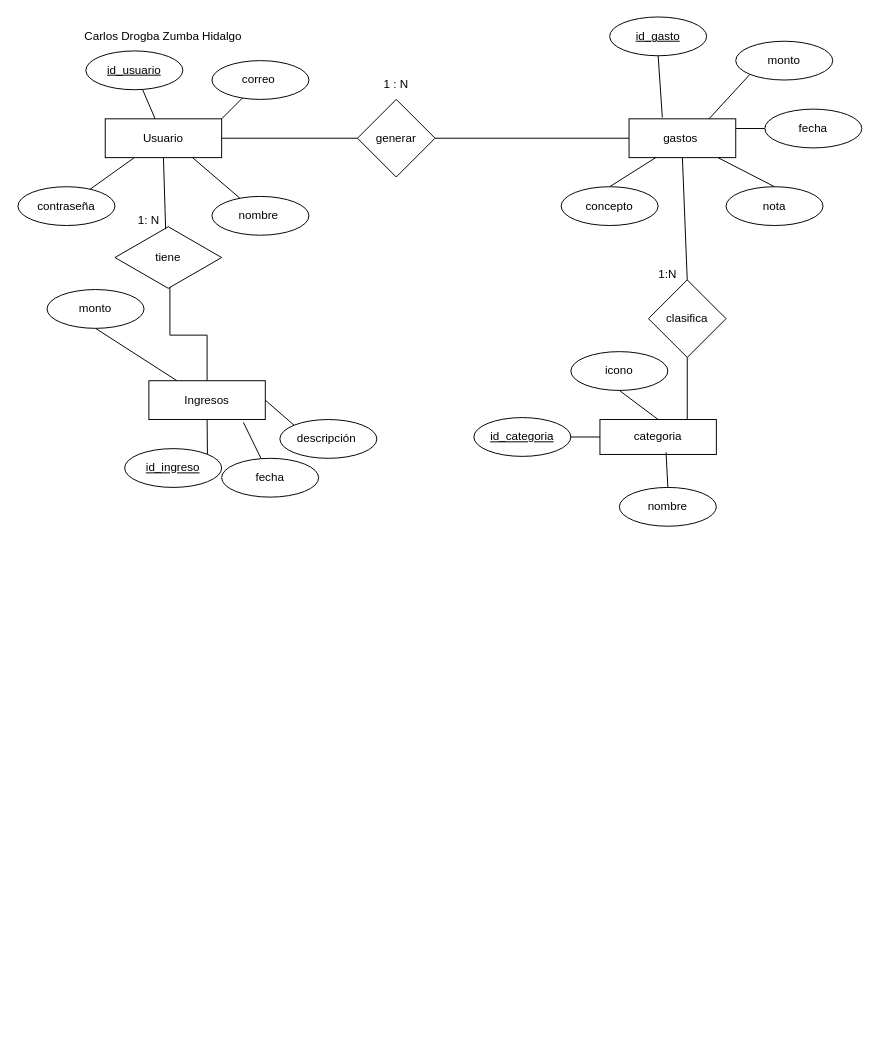
CarlosZumba16/Base-de-Datos-Unidad-1 keeps this draw.io diagram as Proyecto de unidad 1.drawio. Above is the earlier version. Source tidied: cells renumbered, new cells numbered last; positions are measured from the earlier drawing's top-left corner, leaving out a move shared by most shapes. Both pictures are drawn from the tidied source at 97%, with x=0, y=0 at pixel (17, 16).
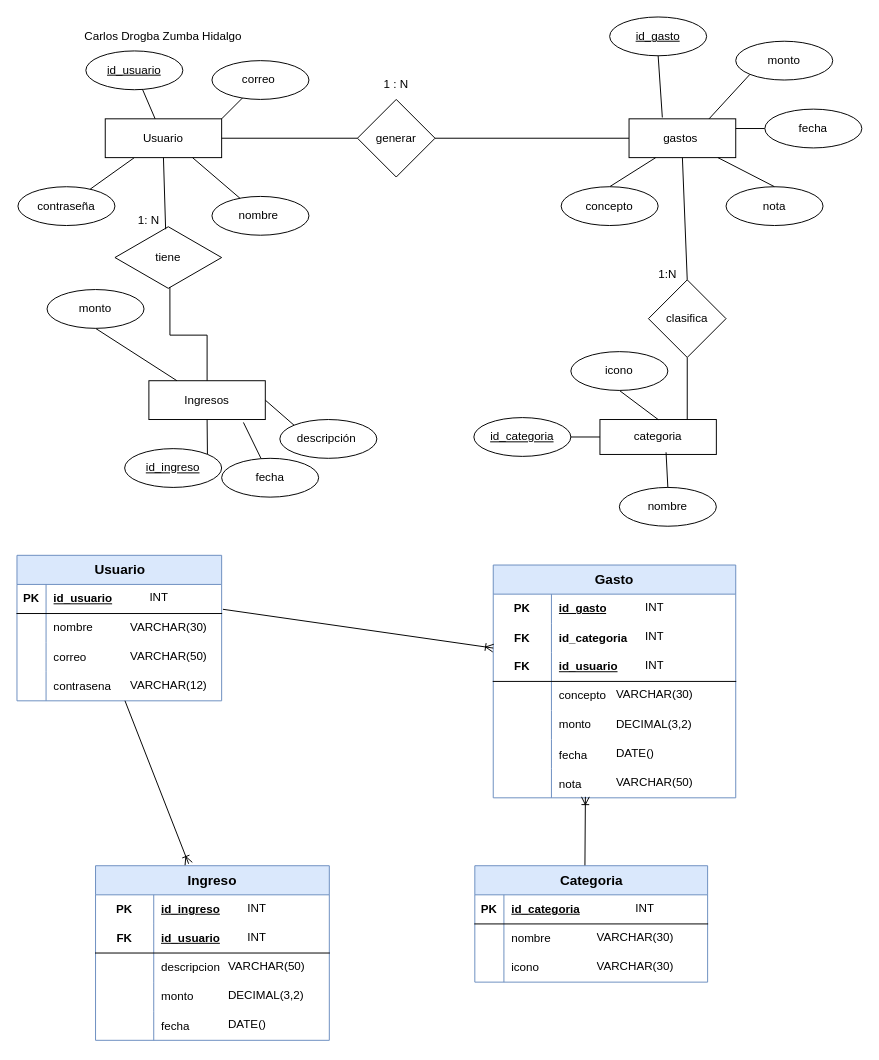
Above is the later version.

Change to the diagram source:
```diff
@@
+    <mxCell id="51" value="&lt;font style=&quot;font-size: 14px;&quot;&gt;Usuario&lt;/font&gt;" style="shape=table;startSize=30;childLayout=tableLayout;rowLines=0;fontStyle=1;align=center;html=1;fillColor=#dae8fc;strokeColor=#6c8ebf;" parent="1" vertex="1">
+      <mxGeometry x="-1" y="555" width="211" height="150" as="geometry" />
+    </mxCell>
+    <mxCell id="52" style="shape=tableRow;horizontal=0;startSize=0;swimlaneHead=0;swimlaneBody=0;fillColor=none;points=[[0,0.5],[1,0.5]];portConstraint=eastwest;top=0;left=0;right=0;bottom=1;" parent="51" vertex="1">
+      <mxGeometry y="30" width="211" height="30" as="geometry" />
+    </mxCell>
+    <mxCell id="53" value="PK" style="shape=partialRectangle;fillColor=none;top=0;left=0;bottom=0;right=0;fontStyle=1;overflow=hidden;whiteSpace=wrap;html=1;" parent="52" vertex="1">
+      <mxGeometry width="30" height="30" as="geometry" />
+    </mxCell>
+    <mxCell id="54" value="id_usuario" style="shape=partialRectangle;fillColor=none;top=0;left=0;bottom=0;right=0;align=left;spacingLeft=6;fontStyle=5;overflow=hidden;whiteSpace=wrap;html=1;strokeColor=inherit;" parent="52" vertex="1">
+      <mxGeometry x="30" width="181" height="30" as="geometry" />
+    </mxCell>
+    <mxCell id="55" style="shape=tableRow;horizontal=0;startSize=0;swimlaneHead=0;swimlaneBody=0;fillColor=none;top=0;left=0;right=0;bottom=0;" parent="51" vertex="1">
+      <mxGeometry y="60" width="211" height="30" as="geometry" />
+    </mxCell>
+    <mxCell id="56" style="shape=partialRectangle;fillColor=none;top=0;left=0;bottom=0;right=0;overflow=hidden;whiteSpace=wrap;html=1;" parent="55" vertex="1">
+      <mxGeometry width="30" height="30" as="geometry" />
+    </mxCell>
+    <mxCell id="57" value="nombre&amp;nbsp; &amp;nbsp; &amp;nbsp; &amp;nbsp; &amp;nbsp;&amp;nbsp;" style="shape=partialRectangle;fillColor=none;top=0;left=0;bottom=0;right=0;align=left;spacingLeft=6;overflow=hidden;whiteSpace=wrap;html=1;" parent="55" vertex="1">
+      <mxGeometry x="30" width="181" height="30" as="geometry" />
+    </mxCell>
+    <mxCell id="58" style="shape=tableRow;horizontal=0;startSize=0;swimlaneHead=0;swimlaneBody=0;fillColor=none;top=0;left=0;right=0;bottom=0;" parent="51" vertex="1">
+      <mxGeometry y="90" width="211" height="30" as="geometry" />
+    </mxCell>
+    <mxCell id="59" style="shape=partialRectangle;fillColor=none;top=0;left=0;bottom=0;right=0;overflow=hidden;whiteSpace=wrap;html=1;" parent="58" vertex="1">
+      <mxGeometry width="30" height="30" as="geometry" />
+    </mxCell>
+    <mxCell id="60" value="correo&amp;nbsp; &amp;nbsp; &amp;nbsp; &amp;nbsp; &amp;nbsp; &amp;nbsp;&amp;nbsp;" style="shape=partialRectangle;fillColor=none;top=0;left=0;bottom=0;right=0;align=left;spacingLeft=6;overflow=hidden;whiteSpace=wrap;html=1;" parent="58" vertex="1">
+      <mxGeometry x="30" width="181" height="30" as="geometry" />
+    </mxCell>
+    <mxCell id="61" style="shape=tableRow;horizontal=0;startSize=0;swimlaneHead=0;swimlaneBody=0;fillColor=none;points=[[0,0.5],[1,0.5]];portConstraint=eastwest;top=0;left=0;right=0;bottom=0;" parent="51" vertex="1">
+      <mxGeometry y="120" width="211" height="30" as="geometry" />
+    </mxCell>
+    <mxCell id="62" style="shape=partialRectangle;fillColor=none;top=0;left=0;bottom=0;right=0;overflow=hidden;whiteSpace=wrap;html=1;" parent="61" vertex="1">
+      <mxGeometry width="30" height="30" as="geometry" />
+    </mxCell>
+    <mxCell id="63" value="contrasena&amp;nbsp; &amp;nbsp;&amp;nbsp;" style="shape=partialRectangle;fillColor=none;top=0;left=0;bottom=0;right=0;align=left;spacingLeft=6;overflow=hidden;whiteSpace=wrap;html=1;" parent="61" vertex="1">
+      <mxGeometry x="30" width="181" height="30" as="geometry" />
+    </mxCell>
+    <mxCell id="64" value="&lt;font style=&quot;font-size: 14px;&quot;&gt;Ingreso&lt;/font&gt;" style="shape=table;startSize=30;childLayout=tableLayout;rowLines=0;fontStyle=1;align=center;html=1;whiteSpace=wrap;fillColor=#dae8fc;strokeColor=#6c8ebf;" parent="1" vertex="1">
+      <mxGeometry x="80" y="875" width="241" height="180" as="geometry" />
+    </mxCell>
+    <mxCell id="65" style="shape=tableRow;horizontal=0;startSize=0;swimlaneHead=0;swimlaneBody=0;fillColor=none;top=0;left=0;right=0;bottom=0;html=1;" parent="64" vertex="1">
+      <mxGeometry y="30" width="241" height="30" as="geometry" />
+    </mxCell>
+    <mxCell id="66" value="PK" style="shape=partialRectangle;fillColor=none;top=0;left=0;bottom=0;right=0;fontStyle=1;overflow=hidden;html=1;whiteSpace=wrap;" parent="65" vertex="1">
+      <mxGeometry width="60" height="30" as="geometry" />
+    </mxCell>
+    <mxCell id="67" value="id_ingreso" style="shape=partialRectangle;fillColor=none;top=0;left=0;bottom=0;right=0;align=left;spacingLeft=6;fontStyle=5;overflow=hidden;html=1;whiteSpace=wrap;" parent="65" vertex="1">
+      <mxGeometry x="60" width="181" height="30" as="geometry" />
+    </mxCell>
+    <mxCell id="68" style="shape=tableRow;horizontal=0;startSize=0;swimlaneHead=0;swimlaneBody=0;fillColor=none;top=0;left=0;right=0;bottom=1;html=1;" parent="64" vertex="1">
+      <mxGeometry y="60" width="241" height="30" as="geometry" />
+    </mxCell>
+    <mxCell id="69" value="FK" style="shape=partialRectangle;fillColor=none;top=0;left=0;bottom=0;right=0;fontStyle=1;overflow=hidden;html=1;whiteSpace=wrap;" parent="68" vertex="1">
+      <mxGeometry width="60" height="30" as="geometry" />
+    </mxCell>
+    <mxCell id="70" value="id_usuario" style="shape=partialRectangle;fillColor=none;top=0;left=0;bottom=0;right=0;align=left;spacingLeft=6;fontStyle=5;overflow=hidden;html=1;whiteSpace=wrap;" parent="68" vertex="1">
+      <mxGeometry x="60" width="181" height="30" as="geometry" />
+    </mxCell>
+    <mxCell id="71" style="shape=tableRow;horizontal=0;startSize=0;swimlaneHead=0;swimlaneBody=0;fillColor=none;top=0;left=0;right=0;bottom=0;html=1;" parent="64" vertex="1">
+      <mxGeometry y="90" width="241" height="30" as="geometry" />
+    </mxCell>
+    <mxCell id="72" style="shape=partialRectangle;fillColor=none;top=0;left=0;bottom=0;right=0;overflow=hidden;html=1;whiteSpace=wrap;" parent="71" vertex="1">
+      <mxGeometry width="60" height="30" as="geometry" />
+    </mxCell>
+    <mxCell id="73" value="descripcion" style="shape=partialRectangle;fillColor=none;top=0;left=0;bottom=0;right=0;align=left;spacingLeft=6;overflow=hidden;html=1;whiteSpace=wrap;" parent="71" vertex="1">
+      <mxGeometry x="60" width="181" height="30" as="geometry" />
+    </mxCell>
+    <mxCell id="74" style="shape=tableRow;horizontal=0;startSize=0;swimlaneHead=0;swimlaneBody=0;fillColor=none;top=0;left=0;right=0;bottom=0;html=1;" parent="64" vertex="1">
+      <mxGeometry y="120" width="241" height="30" as="geometry" />
+    </mxCell>
+    <mxCell id="75" style="shape=partialRectangle;fillColor=none;top=0;left=0;bottom=0;right=0;overflow=hidden;html=1;whiteSpace=wrap;" parent="74" vertex="1">
+      <mxGeometry width="60" height="30" as="geometry" />
+    </mxCell>
+    <mxCell id="76" value="monto" style="shape=partialRectangle;fillColor=none;top=0;left=0;bottom=0;right=0;align=left;spacingLeft=6;overflow=hidden;html=1;whiteSpace=wrap;" parent="74" vertex="1">
+      <mxGeometry x="60" width="181" height="30" as="geometry" />
+    </mxCell>
+    <mxCell id="77" style="shape=tableRow;horizontal=0;startSize=0;swimlaneHead=0;swimlaneBody=0;fillColor=none;top=0;left=0;right=0;bottom=0;" parent="64" vertex="1">
+      <mxGeometry y="150" width="241" height="30" as="geometry" />
+    </mxCell>
+    <mxCell id="78" style="shape=partialRectangle;fillColor=none;top=0;left=0;bottom=0;right=0;overflow=hidden;" parent="77" vertex="1">
+      <mxGeometry width="60" height="30" as="geometry" />
+    </mxCell>
+    <mxCell id="79" value="fecha" style="shape=partialRectangle;fillColor=none;top=0;left=0;bottom=0;right=0;align=left;spacingLeft=6;overflow=hidden;" parent="77" vertex="1">
+      <mxGeometry x="60" width="181" height="30" as="geometry" />
+    </mxCell>
+    <mxCell id="80" value="INT" style="text;strokeColor=none;fillColor=none;spacingLeft=4;spacingRight=4;overflow=hidden;fontSize=12;whiteSpace=wrap;html=1;" parent="1" vertex="1">
+      <mxGeometry x="231" y="905" width="40" height="30" as="geometry" />
+    </mxCell>
+    <mxCell id="81" value="INT" style="text;strokeColor=none;fillColor=none;spacingLeft=4;spacingRight=4;overflow=hidden;fontSize=12;whiteSpace=wrap;html=1;" parent="1" vertex="1">
+      <mxGeometry x="231" y="935" width="40" height="30" as="geometry" />
+    </mxCell>
+    <mxCell id="82" value="INT" style="text;strokeColor=none;fillColor=none;spacingLeft=4;spacingRight=4;overflow=hidden;fontSize=12;whiteSpace=wrap;html=1;" parent="1" vertex="1">
+      <mxGeometry x="130" y="585" width="40" height="30" as="geometry" />
+    </mxCell>
+    <mxCell id="83" style="fontSize=12;html=1;endArrow=ERoneToMany;rounded=0;" parent="1" edge="1" source="61">
+      <mxGeometry relative="1" as="geometry">
+        <mxPoint x="176" y="873" as="targetPoint" />
+      </mxGeometry>
+    </mxCell>
+    <mxCell id="84" value="VARCHAR(30)" style="text;strokeColor=none;fillColor=none;spacingLeft=4;spacingRight=4;overflow=hidden;fontSize=12;whiteSpace=wrap;html=1;" parent="1" vertex="1">
+      <mxGeometry x="110" y="615" width="100" height="30" as="geometry" />
+    </mxCell>
+    <mxCell id="85" value="VARCHAR(50)" style="text;strokeColor=none;fillColor=none;spacingLeft=4;spacingRight=4;overflow=hidden;fontSize=12;whiteSpace=wrap;html=1;" parent="1" vertex="1">
+      <mxGeometry x="110" y="645" width="100" height="30" as="geometry" />
+    </mxCell>
+    <mxCell id="86" value="VARCHAR(12)" style="text;strokeColor=none;fillColor=none;spacingLeft=4;spacingRight=4;overflow=hidden;fontSize=12;whiteSpace=wrap;html=1;" parent="1" vertex="1">
+      <mxGeometry x="110" y="675" width="100" height="30" as="geometry" />
+    </mxCell>
+    <mxCell id="87" value="VARCHAR(50)" style="text;strokeColor=none;fillColor=none;spacingLeft=4;spacingRight=4;overflow=hidden;fontSize=12;whiteSpace=wrap;html=1;" parent="1" vertex="1">
+      <mxGeometry x="211" y="965" width="100" height="30" as="geometry" />
+    </mxCell>
+    <mxCell id="88" value="DECIMAL(3,2)" style="text;strokeColor=none;fillColor=none;spacingLeft=4;spacingRight=4;overflow=hidden;fontSize=12;whiteSpace=wrap;html=1;" parent="1" vertex="1">
+      <mxGeometry x="211" y="995" width="100" height="30" as="geometry" />
+    </mxCell>
+    <mxCell id="89" value="DATE()" style="text;strokeColor=none;fillColor=none;spacingLeft=4;spacingRight=4;overflow=hidden;fontSize=12;whiteSpace=wrap;html=1;" parent="1" vertex="1">
+      <mxGeometry x="211" y="1025" width="100" height="30" as="geometry" />
+    </mxCell>
+    <mxCell id="90" value="&lt;font style=&quot;font-size: 14px;&quot;&gt;Categoria&lt;/font&gt;" style="shape=table;startSize=30;childLayout=tableLayout;rowLines=0;fontStyle=1;align=center;html=1;fillColor=#dae8fc;strokeColor=#6c8ebf;" parent="1" vertex="1">
+      <mxGeometry x="471" y="875" width="240" height="120" as="geometry" />
+    </mxCell>
+    <mxCell id="91" style="shape=tableRow;horizontal=0;startSize=0;swimlaneHead=0;swimlaneBody=0;fillColor=none;top=0;left=0;right=0;bottom=1;" parent="90" vertex="1">
+      <mxGeometry y="30" width="240" height="30" as="geometry" />
+    </mxCell>
+    <mxCell id="92" value="PK" style="shape=partialRectangle;fillColor=none;top=0;left=0;bottom=0;right=0;fontStyle=1;overflow=hidden;whiteSpace=wrap;html=1;" parent="91" vertex="1">
+      <mxGeometry width="30" height="30" as="geometry" />
+    </mxCell>
+    <mxCell id="93" value="id_categoria" style="shape=partialRectangle;fillColor=none;top=0;left=0;bottom=0;right=0;align=left;spacingLeft=6;fontStyle=5;overflow=hidden;whiteSpace=wrap;html=1;" parent="91" vertex="1">
+      <mxGeometry x="30" width="210" height="30" as="geometry" />
+    </mxCell>
+    <mxCell id="94" style="shape=tableRow;horizontal=0;startSize=0;swimlaneHead=0;swimlaneBody=0;fillColor=none;top=0;left=0;right=0;bottom=0;" parent="90" vertex="1">
+      <mxGeometry y="60" width="240" height="30" as="geometry" />
+    </mxCell>
+    <mxCell id="95" style="shape=partialRectangle;fillColor=none;top=0;left=0;bottom=0;right=0;overflow=hidden;whiteSpace=wrap;html=1;" parent="94" vertex="1">
+      <mxGeometry width="30" height="30" as="geometry" />
+    </mxCell>
+    <mxCell id="96" value="nombre" style="shape=partialRectangle;fillColor=none;top=0;left=0;bottom=0;right=0;align=left;spacingLeft=6;overflow=hidden;whiteSpace=wrap;html=1;" parent="94" vertex="1">
+      <mxGeometry x="30" width="210" height="30" as="geometry" />
+    </mxCell>
+    <mxCell id="97" style="shape=tableRow;horizontal=0;startSize=0;swimlaneHead=0;swimlaneBody=0;fillColor=none;top=0;left=0;right=0;bottom=0;" parent="90" vertex="1">
+      <mxGeometry y="90" width="240" height="30" as="geometry" />
+    </mxCell>
+    <mxCell id="98" style="shape=partialRectangle;fillColor=none;top=0;left=0;bottom=0;right=0;overflow=hidden;whiteSpace=wrap;html=1;" parent="97" vertex="1">
+      <mxGeometry width="30" height="30" as="geometry" />
+    </mxCell>
+    <mxCell id="99" value="icono" style="shape=partialRectangle;fillColor=none;top=0;left=0;bottom=0;right=0;align=left;spacingLeft=6;overflow=hidden;whiteSpace=wrap;html=1;" parent="97" vertex="1">
+      <mxGeometry x="30" width="210" height="30" as="geometry" />
+    </mxCell>
+    <mxCell id="100" value="&lt;font style=&quot;font-size: 14px;&quot;&gt;Gasto&lt;/font&gt;" style="shape=table;startSize=30;childLayout=tableLayout;rowLines=0;fontStyle=1;align=center;html=1;whiteSpace=wrap;fillColor=#dae8fc;strokeColor=#6c8ebf;" parent="1" vertex="1">
+      <mxGeometry x="490" y="565" width="250" height="240" as="geometry" />
+    </mxCell>
+    <mxCell id="101" style="shape=tableRow;horizontal=0;startSize=0;swimlaneHead=0;swimlaneBody=0;fillColor=none;top=0;left=0;right=0;bottom=0;html=1;" parent="100" vertex="1">
+      <mxGeometry y="30" width="250" height="30" as="geometry" />
+    </mxCell>
+    <mxCell id="102" value="PK" style="shape=partialRectangle;fillColor=none;top=0;left=0;bottom=0;right=0;fontStyle=1;overflow=hidden;html=1;whiteSpace=wrap;" parent="101" vertex="1">
+      <mxGeometry width="60" height="30" as="geometry" />
+    </mxCell>
+    <mxCell id="103" value="id_gasto" style="shape=partialRectangle;fillColor=none;top=0;left=0;bottom=0;right=0;align=left;spacingLeft=6;fontStyle=5;overflow=hidden;html=1;whiteSpace=wrap;" parent="101" vertex="1">
+      <mxGeometry x="60" width="190" height="30" as="geometry" />
+    </mxCell>
+    <mxCell id="104" style="shape=tableRow;horizontal=0;startSize=0;swimlaneHead=0;swimlaneBody=0;fillColor=none;points=[[0,0.5],[1,0.5]];portConstraint=eastwest;top=0;left=0;right=0;bottom=0;" parent="100" vertex="1">
+      <mxGeometry y="60" width="250" height="30" as="geometry" />
+    </mxCell>
+    <mxCell id="105" value="FK" style="shape=partialRectangle;fillColor=none;top=0;left=0;bottom=0;right=0;overflow=hidden;fontStyle=1;" parent="104" vertex="1">
+      <mxGeometry width="60" height="30" as="geometry" />
+    </mxCell>
+    <mxCell id="106" value="id_categoria" style="shape=partialRectangle;fillColor=none;top=0;left=0;bottom=0;right=0;align=left;spacingLeft=6;overflow=hidden;fontStyle=1;" parent="104" vertex="1">
+      <mxGeometry x="60" width="190" height="30" as="geometry" />
+    </mxCell>
+    <mxCell id="107" style="shape=tableRow;horizontal=0;startSize=0;swimlaneHead=0;swimlaneBody=0;fillColor=none;top=0;left=0;right=0;bottom=1;html=1;" parent="100" vertex="1">
+      <mxGeometry y="90" width="250" height="30" as="geometry" />
+    </mxCell>
+    <mxCell id="108" value="FK" style="shape=partialRectangle;fillColor=none;top=0;left=0;bottom=0;right=0;fontStyle=1;overflow=hidden;html=1;whiteSpace=wrap;" parent="107" vertex="1">
+      <mxGeometry width="60" height="30" as="geometry" />
+    </mxCell>
+    <mxCell id="109" value="id_usuario" style="shape=partialRectangle;fillColor=none;top=0;left=0;bottom=0;right=0;align=left;spacingLeft=6;fontStyle=5;overflow=hidden;html=1;whiteSpace=wrap;" parent="107" vertex="1">
+      <mxGeometry x="60" width="190" height="30" as="geometry" />
+    </mxCell>
+    <mxCell id="110" style="shape=tableRow;horizontal=0;startSize=0;swimlaneHead=0;swimlaneBody=0;fillColor=none;top=0;left=0;right=0;bottom=0;html=1;" parent="100" vertex="1">
+      <mxGeometry y="120" width="250" height="30" as="geometry" />
+    </mxCell>
+    <mxCell id="111" style="shape=partialRectangle;fillColor=none;top=0;left=0;bottom=0;right=0;overflow=hidden;html=1;whiteSpace=wrap;" parent="110" vertex="1">
+      <mxGeometry width="60" height="30" as="geometry" />
+    </mxCell>
+    <mxCell id="112" value="concepto" style="shape=partialRectangle;fillColor=none;top=0;left=0;bottom=0;right=0;align=left;spacingLeft=6;overflow=hidden;html=1;whiteSpace=wrap;" parent="110" vertex="1">
+      <mxGeometry x="60" width="190" height="30" as="geometry" />
+    </mxCell>
+    <mxCell id="113" style="shape=tableRow;horizontal=0;startSize=0;swimlaneHead=0;swimlaneBody=0;fillColor=none;top=0;left=0;right=0;bottom=0;html=1;" parent="100" vertex="1">
+      <mxGeometry y="150" width="250" height="30" as="geometry" />
+    </mxCell>
+    <mxCell id="114" style="shape=partialRectangle;fillColor=none;top=0;left=0;bottom=0;right=0;overflow=hidden;html=1;whiteSpace=wrap;" parent="113" vertex="1">
+      <mxGeometry width="60" height="30" as="geometry" />
+    </mxCell>
+    <mxCell id="115" value="monto" style="shape=partialRectangle;fillColor=none;top=0;left=0;bottom=0;right=0;align=left;spacingLeft=6;overflow=hidden;html=1;whiteSpace=wrap;" parent="113" vertex="1">
+      <mxGeometry x="60" width="190" height="30" as="geometry" />
+    </mxCell>
+    <mxCell id="116" style="shape=tableRow;horizontal=0;startSize=0;swimlaneHead=0;swimlaneBody=0;fillColor=none;top=0;left=0;right=0;bottom=0;" parent="100" vertex="1">
+      <mxGeometry y="180" width="250" height="30" as="geometry" />
+    </mxCell>
+    <mxCell id="117" style="shape=partialRectangle;fillColor=none;top=0;left=0;bottom=0;right=0;overflow=hidden;" parent="116" vertex="1">
+      <mxGeometry width="60" height="30" as="geometry" />
+    </mxCell>
+    <mxCell id="118" value="fecha" style="shape=partialRectangle;fillColor=none;top=0;left=0;bottom=0;right=0;align=left;spacingLeft=6;overflow=hidden;" parent="116" vertex="1">
+      <mxGeometry x="60" width="190" height="30" as="geometry" />
+    </mxCell>
+    <mxCell id="119" style="shape=tableRow;horizontal=0;startSize=0;swimlaneHead=0;swimlaneBody=0;fillColor=none;top=0;left=0;right=0;bottom=0;" parent="100" vertex="1">
+      <mxGeometry y="210" width="250" height="30" as="geometry" />
+    </mxCell>
+    <mxCell id="120" style="shape=partialRectangle;fillColor=none;top=0;left=0;bottom=0;right=0;overflow=hidden;" parent="119" vertex="1">
+      <mxGeometry width="60" height="30" as="geometry" />
+    </mxCell>
+    <mxCell id="121" value="nota" style="shape=partialRectangle;fillColor=none;top=0;left=0;bottom=0;right=0;align=left;spacingLeft=6;overflow=hidden;" parent="119" vertex="1">
+      <mxGeometry x="60" width="190" height="30" as="geometry" />
+    </mxCell>
+    <mxCell id="122" style="fontSize=12;html=1;endArrow=ERoneToMany;rounded=0;exitX=1.006;exitY=0.854;exitDx=0;exitDy=0;exitPerimeter=0;entryX=0;entryY=0.854;entryDx=0;entryDy=0;entryPerimeter=0;" parent="1" edge="1" source="52" target="104">
+      <mxGeometry relative="1" as="geometry" />
+    </mxCell>
+    <mxCell id="123" style="fontSize=12;html=1;endArrow=ERoneToMany;rounded=0;exitX=0.473;exitY=-0.004;exitDx=0;exitDy=0;exitPerimeter=0;" parent="1" edge="1" source="90">
+      <mxGeometry relative="1" as="geometry">
+        <mxPoint x="585" y="804" as="targetPoint" />
+      </mxGeometry>
+    </mxCell>
+    <mxCell id="124" value="INT" style="text;strokeColor=none;fillColor=none;spacingLeft=4;spacingRight=4;overflow=hidden;fontSize=12;whiteSpace=wrap;html=1;" parent="1" vertex="1">
+      <mxGeometry x="641" y="595" width="40" height="30" as="geometry" />
+    </mxCell>
+    <mxCell id="125" value="INT" style="text;strokeColor=none;fillColor=none;spacingLeft=4;spacingRight=4;overflow=hidden;fontSize=12;whiteSpace=wrap;html=1;" parent="1" vertex="1">
+      <mxGeometry x="641" y="625" width="40" height="30" as="geometry" />
+    </mxCell>
+    <mxCell id="126" value="INT" style="text;strokeColor=none;fillColor=none;spacingLeft=4;spacingRight=4;overflow=hidden;fontSize=12;whiteSpace=wrap;html=1;" parent="1" vertex="1">
+      <mxGeometry x="641" y="655" width="40" height="30" as="geometry" />
+    </mxCell>
+    <mxCell id="127" value="INT" style="text;strokeColor=none;fillColor=none;spacingLeft=4;spacingRight=4;overflow=hidden;fontSize=12;whiteSpace=wrap;html=1;" parent="1" vertex="1">
+      <mxGeometry x="631" y="905" width="40" height="30" as="geometry" />
+    </mxCell>
+    <mxCell id="128" value="VARCHAR(30)" style="text;strokeColor=none;fillColor=none;spacingLeft=4;spacingRight=4;overflow=hidden;fontSize=12;whiteSpace=wrap;html=1;" parent="1" vertex="1">
+      <mxGeometry x="611" y="685" width="100" height="30" as="geometry" />
+    </mxCell>
+    <mxCell id="129" value="DECIMAL(3,2)" style="text;strokeColor=none;fillColor=none;spacingLeft=4;spacingRight=4;overflow=hidden;fontSize=12;whiteSpace=wrap;html=1;" parent="1" vertex="1">
+      <mxGeometry x="611" y="715" width="100" height="30" as="geometry" />
+    </mxCell>
+    <mxCell id="130" value="DATE()" style="text;strokeColor=none;fillColor=none;spacingLeft=4;spacingRight=4;overflow=hidden;fontSize=12;whiteSpace=wrap;html=1;" parent="1" vertex="1">
+      <mxGeometry x="611" y="745" width="100" height="30" as="geometry" />
+    </mxCell>
+    <mxCell id="131" value="VARCHAR(50)" style="text;strokeColor=none;fillColor=none;spacingLeft=4;spacingRight=4;overflow=hidden;fontSize=12;whiteSpace=wrap;html=1;" parent="1" vertex="1">
+      <mxGeometry x="611" y="775" width="100" height="30" as="geometry" />
+    </mxCell>
+    <mxCell id="132" value="VARCHAR(30)" style="text;strokeColor=none;fillColor=none;spacingLeft=4;spacingRight=4;overflow=hidden;fontSize=12;whiteSpace=wrap;html=1;" parent="1" vertex="1">
+      <mxGeometry x="591" y="935" width="100" height="30" as="geometry" />
+    </mxCell>
+    <mxCell id="133" value="VARCHAR(30)" style="text;strokeColor=none;fillColor=none;spacingLeft=4;spacingRight=4;overflow=hidden;fontSize=12;whiteSpace=wrap;html=1;" parent="1" vertex="1">
+      <mxGeometry x="591" y="965" width="100" height="30" as="geometry" />
+    </mxCell>
```
